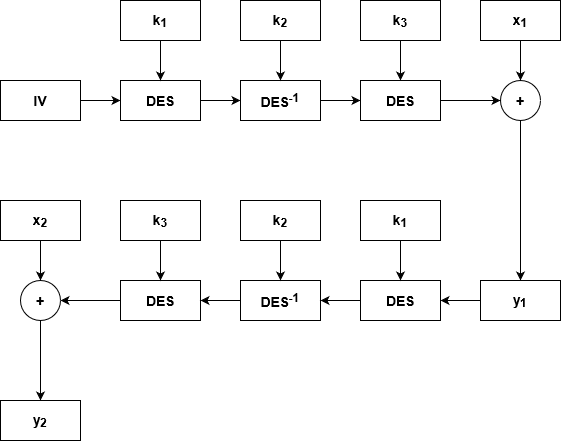
AlbertoSpinella/des-3des-js keeps this draw.io diagram as img/3cfb-e.png. Above is the earlier version. Source tidied: cells renumbered, new cells last; positions are measured from the earlier drawing's top-left corner, leaving out a move shared by most shapes.
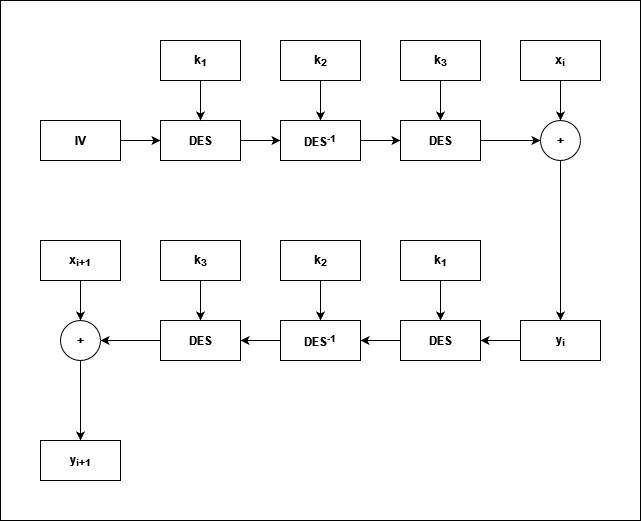
After the change.

Change to the diagram source:
```diff
@@ -1,117 +1,120 @@
-<mxGraphModel background="#ffffff">
+<mxGraphModel>
   <root>
     <mxCell id="0" />
     <mxCell id="1" parent="0" />
-    <mxCell id="2" style="edgeStyle=orthogonalEdgeStyle;rounded=0;jettySize=auto;html=1;entryX=0;entryY=0.5;entryDx=0;entryDy=0;" parent="1" edge="1" source="3" target="5">
-      <mxGeometry relative="1" as="geometry" />
-    </mxCell>
+    <mxCell id="39" style="rounded=0;whiteSpace=wrap;html=1;" parent="1" vertex="1">
+      <mxGeometry x="-40" y="-40" width="640" height="520" as="geometry" />
+    </mxCell>
+    <mxCell id="40" style="edgeStyle=orthogonalEdgeStyle;curved=1;jettySize=auto;html=1;entryX=0;entryY=0.5;entryDx=0;entryDy=0;fontStyle=1;" parent="1" edge="1" source="3" target="42">
+      <mxGeometry relative="1" as="geometry" />
+    </mxCell>
-    <mxCell id="3" value="&lt;font style=&quot;font-size: 14px&quot;&gt;&lt;b&gt;IV&lt;/b&gt;&lt;/font&gt;" style="rounded=0;whiteSpace=wrap;html=1;" parent="1" vertex="1">
+    <mxCell id="3" value="IV" style="rounded=0;whiteSpace=wrap;html=1;fontStyle=1;" parent="1" vertex="1">
       <mxGeometry y="80" width="80" height="40" as="geometry" />
     </mxCell>
-    <mxCell id="4" style="edgeStyle=orthogonalEdgeStyle;rounded=0;jettySize=auto;html=1;entryX=0;entryY=0.5;entryDx=0;entryDy=0;" parent="1" edge="1" source="5" target="7">
-      <mxGeometry relative="1" as="geometry" />
-    </mxCell>
-    <mxCell id="5" value="&lt;font style=&quot;font-size: 14px&quot;&gt;&lt;b&gt;DES&lt;/b&gt;&lt;/font&gt;" style="rounded=0;whiteSpace=wrap;html=1;" parent="1" vertex="1">
-      <mxGeometry x="120" y="80" width="80" height="40" as="geometry" />
-    </mxCell>
-    <mxCell id="6" style="edgeStyle=orthogonalEdgeStyle;rounded=0;jettySize=auto;html=1;entryX=0;entryY=0.5;entryDx=0;entryDy=0;" parent="1" edge="1" source="7" target="26">
-      <mxGeometry relative="1" as="geometry" />
-    </mxCell>
-    <mxCell id="7" value="&lt;font style=&quot;font-size: 14px&quot;&gt;&lt;b&gt;DES&lt;sup&gt;-1&lt;/sup&gt;&lt;/b&gt;&lt;/font&gt;" style="rounded=0;whiteSpace=wrap;html=1;" parent="1" vertex="1">
-      <mxGeometry x="240" y="80" width="80" height="40" as="geometry" />
-    </mxCell>
-    <mxCell id="8" style="edgeStyle=orthogonalEdgeStyle;rounded=0;jettySize=auto;html=1;" parent="1" edge="1" source="9" target="23">
-      <mxGeometry relative="1" as="geometry" />
-    </mxCell>
-    <mxCell id="9" value="&lt;font style=&quot;font-size: 14px&quot;&gt;&lt;b&gt;+&lt;/b&gt;&lt;/font&gt;" style="ellipse;whiteSpace=wrap;html=1;" parent="1" vertex="1">
-      <mxGeometry x="500" y="80" width="40" height="40" as="geometry" />
-    </mxCell>
-    <mxCell id="10" style="edgeStyle=orthogonalEdgeStyle;rounded=0;jettySize=auto;html=1;entryX=0.5;entryY=0;entryDx=0;entryDy=0;" parent="1" edge="1" source="11" target="5">
-      <mxGeometry relative="1" as="geometry" />
-    </mxCell>
-    <mxCell id="11" value="&lt;font style=&quot;font-size: 14px&quot;&gt;&lt;b&gt;k&lt;sub&gt;1&lt;/sub&gt;&lt;/b&gt;&lt;/font&gt;" style="rounded=0;whiteSpace=wrap;html=1;" parent="1" vertex="1">
-      <mxGeometry x="120" width="80" height="40" as="geometry" />
-    </mxCell>
-    <mxCell id="12" style="edgeStyle=orthogonalEdgeStyle;rounded=0;jettySize=auto;html=1;entryX=0.5;entryY=0;entryDx=0;entryDy=0;" parent="1" edge="1" source="13" target="7">
-      <mxGeometry relative="1" as="geometry" />
-    </mxCell>
-    <mxCell id="13" value="&lt;font style=&quot;font-size: 14px&quot;&gt;&lt;b&gt;k&lt;sub&gt;2&lt;/sub&gt;&lt;/b&gt;&lt;/font&gt;" style="rounded=0;whiteSpace=wrap;html=1;" parent="1" vertex="1">
-      <mxGeometry x="240" width="80" height="40" as="geometry" />
-    </mxCell>
-    <mxCell id="14" style="edgeStyle=orthogonalEdgeStyle;rounded=0;jettySize=auto;html=1;entryX=0.5;entryY=0;entryDx=0;entryDy=0;" parent="1" edge="1" source="15" target="26">
-      <mxGeometry relative="1" as="geometry" />
-    </mxCell>
-    <mxCell id="15" value="&lt;font style=&quot;font-size: 14px&quot;&gt;&lt;b&gt;k&lt;sub&gt;3&lt;/sub&gt;&lt;/b&gt;&lt;/font&gt;" style="rounded=0;whiteSpace=wrap;html=1;" parent="1" vertex="1">
-      <mxGeometry x="360" width="80" height="40" as="geometry" />
-    </mxCell>
-    <mxCell id="16" style="edgeStyle=orthogonalEdgeStyle;rounded=0;jettySize=auto;html=1;entryX=0.5;entryY=0;entryDx=0;entryDy=0;" parent="1" edge="1" source="17" target="9">
-      <mxGeometry relative="1" as="geometry" />
-    </mxCell>
-    <mxCell id="17" value="&lt;font style=&quot;font-size: 14px&quot;&gt;&lt;b&gt;x&lt;sub&gt;1&lt;/sub&gt;&lt;/b&gt;&lt;/font&gt;" style="rounded=0;whiteSpace=wrap;html=1;" parent="1" vertex="1">
-      <mxGeometry x="480" width="80" height="40" as="geometry" />
-    </mxCell>
-    <mxCell id="18" style="edgeStyle=orthogonalEdgeStyle;rounded=0;jettySize=auto;html=1;entryX=0.5;entryY=0;entryDx=0;entryDy=0;" parent="1" edge="1" source="19" target="21">
-      <mxGeometry relative="1" as="geometry" />
-    </mxCell>
-    <mxCell id="19" value="&lt;font style=&quot;font-size: 14px&quot;&gt;&lt;b&gt;x&lt;sub&gt;2&lt;/sub&gt;&lt;/b&gt;&lt;/font&gt;" style="rounded=0;whiteSpace=wrap;html=1;" parent="1" vertex="1">
-      <mxGeometry y="200" width="80" height="40" as="geometry" />
-    </mxCell>
-    <mxCell id="20" style="edgeStyle=orthogonalEdgeStyle;rounded=0;jettySize=auto;html=1;entryX=0.5;entryY=0;entryDx=0;entryDy=0;" parent="1" edge="1" source="21" target="24">
-      <mxGeometry relative="1" as="geometry" />
-    </mxCell>
-    <mxCell id="21" value="&lt;font style=&quot;font-size: 14px&quot;&gt;&lt;b&gt;+&lt;/b&gt;&lt;/font&gt;" style="ellipse;whiteSpace=wrap;html=1;" parent="1" vertex="1">
-      <mxGeometry x="20" y="280" width="40" height="40" as="geometry" />
-    </mxCell>
-    <mxCell id="22" style="edgeStyle=orthogonalEdgeStyle;rounded=0;jettySize=auto;html=1;entryX=1;entryY=0.5;entryDx=0;entryDy=0;" parent="1" edge="1" source="23" target="32">
-      <mxGeometry relative="1" as="geometry" />
-    </mxCell>
-    <mxCell id="23" value="&lt;font style=&quot;font-size: 14px&quot;&gt;&lt;b&gt;y&lt;sub&gt;1&lt;/sub&gt;&lt;/b&gt;&lt;/font&gt;" style="rounded=0;whiteSpace=wrap;html=1;" parent="1" vertex="1">
-      <mxGeometry x="480" y="280" width="80" height="40" as="geometry" />
-    </mxCell>
-    <mxCell id="24" value="&lt;font style=&quot;font-size: 14px&quot;&gt;&lt;b&gt;y&lt;sub&gt;2&lt;/sub&gt;&lt;/b&gt;&lt;/font&gt;" style="rounded=0;whiteSpace=wrap;html=1;" parent="1" vertex="1">
-      <mxGeometry y="400" width="80" height="40" as="geometry" />
-    </mxCell>
-    <mxCell id="25" style="edgeStyle=orthogonalEdgeStyle;rounded=0;jettySize=auto;html=1;entryX=0;entryY=0.5;entryDx=0;entryDy=0;" parent="1" edge="1" source="26" target="9">
-      <mxGeometry relative="1" as="geometry" />
-    </mxCell>
-    <mxCell id="26" value="&lt;font style=&quot;font-size: 14px&quot;&gt;&lt;b&gt;DES&lt;/b&gt;&lt;/font&gt;" style="rounded=0;whiteSpace=wrap;html=1;" parent="1" vertex="1">
-      <mxGeometry x="360" y="80" width="80" height="40" as="geometry" />
-    </mxCell>
-    <mxCell id="27" style="edgeStyle=orthogonalEdgeStyle;rounded=0;jettySize=auto;html=1;entryX=1;entryY=0.5;entryDx=0;entryDy=0;" parent="1" edge="1" source="28" target="21">
-      <mxGeometry relative="1" as="geometry" />
-    </mxCell>
-    <mxCell id="28" value="&lt;font style=&quot;font-size: 14px&quot;&gt;&lt;b&gt;DES&lt;/b&gt;&lt;/font&gt;" style="rounded=0;whiteSpace=wrap;html=1;" parent="1" vertex="1">
-      <mxGeometry x="120" y="280" width="80" height="40" as="geometry" />
-    </mxCell>
-    <mxCell id="29" style="edgeStyle=orthogonalEdgeStyle;rounded=0;jettySize=auto;html=1;entryX=1;entryY=0.5;entryDx=0;entryDy=0;" parent="1" edge="1" source="30" target="28">
-      <mxGeometry relative="1" as="geometry" />
-    </mxCell>
-    <mxCell id="30" value="&lt;font style=&quot;font-size: 14px&quot;&gt;&lt;b&gt;DES&lt;sup&gt;-1&lt;/sup&gt;&lt;/b&gt;&lt;/font&gt;" style="rounded=0;whiteSpace=wrap;html=1;" parent="1" vertex="1">
-      <mxGeometry x="240" y="280" width="80" height="40" as="geometry" />
-    </mxCell>
-    <mxCell id="31" style="edgeStyle=orthogonalEdgeStyle;rounded=0;jettySize=auto;html=1;entryX=1;entryY=0.5;entryDx=0;entryDy=0;" parent="1" edge="1" source="32" target="30">
-      <mxGeometry relative="1" as="geometry" />
-    </mxCell>
-    <mxCell id="32" value="&lt;font style=&quot;font-size: 14px&quot;&gt;&lt;b&gt;DES&lt;/b&gt;&lt;/font&gt;" style="rounded=0;whiteSpace=wrap;html=1;" parent="1" vertex="1">
-      <mxGeometry x="360" y="280" width="80" height="40" as="geometry" />
-    </mxCell>
-    <mxCell id="33" style="edgeStyle=orthogonalEdgeStyle;rounded=0;jettySize=auto;html=1;entryX=0.5;entryY=0;entryDx=0;entryDy=0;" parent="1" edge="1" source="34" target="28">
-      <mxGeometry relative="1" as="geometry" />
-    </mxCell>
-    <mxCell id="34" value="&lt;font style=&quot;font-size: 14px&quot;&gt;&lt;b&gt;k&lt;sub&gt;3&lt;/sub&gt;&lt;/b&gt;&lt;/font&gt;" style="rounded=0;whiteSpace=wrap;html=1;" parent="1" vertex="1">
-      <mxGeometry x="120" y="200" width="80" height="40" as="geometry" />
-    </mxCell>
-    <mxCell id="35" style="edgeStyle=orthogonalEdgeStyle;rounded=0;jettySize=auto;html=1;entryX=0.5;entryY=0;entryDx=0;entryDy=0;" parent="1" edge="1" source="36" target="30">
-      <mxGeometry relative="1" as="geometry" />
-    </mxCell>
-    <mxCell id="36" value="&lt;font style=&quot;font-size: 14px&quot;&gt;&lt;b&gt;k&lt;sub&gt;2&lt;/sub&gt;&lt;/b&gt;&lt;/font&gt;" style="rounded=0;whiteSpace=wrap;html=1;" parent="1" vertex="1">
-      <mxGeometry x="240" y="200" width="80" height="40" as="geometry" />
-    </mxCell>
-    <mxCell id="37" style="edgeStyle=orthogonalEdgeStyle;rounded=0;jettySize=auto;html=1;entryX=0.5;entryY=0;entryDx=0;entryDy=0;" parent="1" edge="1" source="38" target="32">
-      <mxGeometry relative="1" as="geometry" />
-    </mxCell>
-    <mxCell id="38" value="&lt;font style=&quot;font-size: 14px&quot;&gt;&lt;b&gt;k&lt;sub&gt;1&lt;/sub&gt;&lt;/b&gt;&lt;/font&gt;" style="rounded=0;whiteSpace=wrap;html=1;" parent="1" vertex="1">
-      <mxGeometry x="360" y="200" width="80" height="40" as="geometry" />
-    </mxCell>
+    <mxCell id="41" style="edgeStyle=orthogonalEdgeStyle;rounded=0;jettySize=auto;html=1;entryX=0;entryY=0.5;entryDx=0;entryDy=0;fontStyle=1;" parent="1" edge="1" source="42" target="46">
+      <mxGeometry relative="1" as="geometry" />
+    </mxCell>
+    <mxCell id="42" value="DES" style="rounded=0;whiteSpace=wrap;html=1;fontStyle=1;" parent="1" vertex="1">
+      <mxGeometry x="120" y="80" width="80" height="40" as="geometry" />
+    </mxCell>
+    <mxCell id="43" style="edgeStyle=orthogonalEdgeStyle;jettySize=auto;html=1;entryX=0.5;entryY=0;entryDx=0;entryDy=0;rounded=0;fontStyle=1;" parent="1" edge="1" source="44" target="42">
+      <mxGeometry relative="1" as="geometry" />
+    </mxCell>
+    <mxCell id="44" value="k&lt;sub&gt;1&lt;/sub&gt;" style="rounded=0;whiteSpace=wrap;html=1;fontStyle=1;" parent="1" vertex="1">
+      <mxGeometry x="120" width="80" height="40" as="geometry" />
+    </mxCell>
+    <mxCell id="45" style="edgeStyle=orthogonalEdgeStyle;rounded=0;jettySize=auto;html=1;entryX=0;entryY=0.5;entryDx=0;entryDy=0;fontStyle=1;" parent="1" edge="1" source="46" target="50">
+      <mxGeometry relative="1" as="geometry" />
+    </mxCell>
+    <mxCell id="46" value="DES&lt;sup&gt;-1&lt;/sup&gt;" style="rounded=0;whiteSpace=wrap;html=1;fontStyle=1;" parent="1" vertex="1">
+      <mxGeometry x="240" y="80" width="80" height="40" as="geometry" />
+    </mxCell>
+    <mxCell id="47" style="edgeStyle=orthogonalEdgeStyle;rounded=0;jettySize=auto;html=1;entryX=0.5;entryY=0;entryDx=0;entryDy=0;fontStyle=1;" parent="1" edge="1" source="48" target="46">
+      <mxGeometry relative="1" as="geometry" />
+    </mxCell>
+    <mxCell id="48" value="k&lt;sub&gt;2&lt;/sub&gt;" style="rounded=0;whiteSpace=wrap;html=1;fontStyle=1;" parent="1" vertex="1">
+      <mxGeometry x="240" width="80" height="40" as="geometry" />
+    </mxCell>
+    <mxCell id="49" style="edgeStyle=orthogonalEdgeStyle;rounded=0;jettySize=auto;html=1;entryX=0;entryY=0.5;entryDx=0;entryDy=0;fontStyle=1;" parent="1" edge="1" source="50" target="56">
+      <mxGeometry relative="1" as="geometry" />
+    </mxCell>
+    <mxCell id="50" value="DES" style="rounded=0;whiteSpace=wrap;html=1;fontStyle=1;" parent="1" vertex="1">
+      <mxGeometry x="360" y="80" width="80" height="40" as="geometry" />
+    </mxCell>
+    <mxCell id="51" style="edgeStyle=orthogonalEdgeStyle;rounded=0;jettySize=auto;html=1;entryX=0.5;entryY=0;entryDx=0;entryDy=0;fontStyle=1;" parent="1" edge="1" source="52" target="50">
+      <mxGeometry relative="1" as="geometry" />
+    </mxCell>
+    <mxCell id="52" value="k&lt;sub&gt;3&lt;/sub&gt;" style="rounded=0;whiteSpace=wrap;html=1;fontStyle=1;" parent="1" vertex="1">
+      <mxGeometry x="360" width="80" height="40" as="geometry" />
+    </mxCell>
+    <mxCell id="53" style="edgeStyle=orthogonalEdgeStyle;rounded=0;jettySize=auto;html=1;entryX=0.5;entryY=0;entryDx=0;entryDy=0;fontStyle=1;" parent="1" edge="1" source="54" target="56">
+      <mxGeometry relative="1" as="geometry" />
+    </mxCell>
+    <mxCell id="54" value="x&lt;sub&gt;i&lt;/sub&gt;" style="rounded=0;whiteSpace=wrap;html=1;fontStyle=1;" parent="1" vertex="1">
+      <mxGeometry x="480" width="80" height="40" as="geometry" />
+    </mxCell>
+    <mxCell id="55" style="edgeStyle=orthogonalEdgeStyle;rounded=0;jettySize=auto;html=1;fontStyle=1;" parent="1" edge="1" source="56" target="72">
+      <mxGeometry relative="1" as="geometry" />
+    </mxCell>
+    <mxCell id="56" value="+" style="ellipse;whiteSpace=wrap;html=1;fontStyle=1;" parent="1" vertex="1">
+      <mxGeometry x="500" y="80" width="40" height="40" as="geometry" />
+    </mxCell>
+    <mxCell id="57" style="edgeStyle=orthogonalEdgeStyle;rounded=0;jettySize=auto;html=1;entryX=0.5;entryY=0;entryDx=0;entryDy=0;fontStyle=1;" parent="1" edge="1" source="58" target="74">
+      <mxGeometry relative="1" as="geometry" />
+    </mxCell>
+    <mxCell id="58" value="x&lt;sub&gt;i+1&lt;/sub&gt;" style="rounded=0;whiteSpace=wrap;html=1;fontStyle=1;" parent="1" vertex="1">
+      <mxGeometry y="200" width="80" height="40" as="geometry" />
+    </mxCell>
+    <mxCell id="59" style="edgeStyle=orthogonalEdgeStyle;rounded=0;jettySize=auto;html=1;entryX=1;entryY=0.5;entryDx=0;entryDy=0;fontStyle=1;" parent="1" edge="1" source="60" target="74">
+      <mxGeometry relative="1" as="geometry" />
+    </mxCell>
+    <mxCell id="60" value="DES" style="rounded=0;whiteSpace=wrap;html=1;fontStyle=1;" parent="1" vertex="1">
+      <mxGeometry x="120" y="280" width="80" height="40" as="geometry" />
+    </mxCell>
+    <mxCell id="61" style="edgeStyle=orthogonalEdgeStyle;rounded=0;jettySize=auto;html=1;entryX=0.5;entryY=0;entryDx=0;entryDy=0;fontStyle=1;" parent="1" edge="1" source="62" target="60">
+      <mxGeometry relative="1" as="geometry" />
+    </mxCell>
+    <mxCell id="62" value="k&lt;sub&gt;3&lt;/sub&gt;" style="rounded=0;whiteSpace=wrap;html=1;fontStyle=1;" parent="1" vertex="1">
+      <mxGeometry x="120" y="200" width="80" height="40" as="geometry" />
+    </mxCell>
+    <mxCell id="63" style="edgeStyle=orthogonalEdgeStyle;rounded=0;jettySize=auto;html=1;entryX=1;entryY=0.5;entryDx=0;entryDy=0;fontStyle=1;" parent="1" edge="1" source="64" target="60">
+      <mxGeometry relative="1" as="geometry" />
+    </mxCell>
+    <mxCell id="64" value="DES&lt;sup&gt;-1&lt;/sup&gt;" style="rounded=0;whiteSpace=wrap;html=1;fontStyle=1;" parent="1" vertex="1">
+      <mxGeometry x="240" y="280" width="80" height="40" as="geometry" />
+    </mxCell>
+    <mxCell id="65" style="edgeStyle=orthogonalEdgeStyle;rounded=0;jettySize=auto;html=1;entryX=0.5;entryY=0;entryDx=0;entryDy=0;fontStyle=1;" parent="1" edge="1" source="66" target="64">
+      <mxGeometry relative="1" as="geometry" />
+    </mxCell>
+    <mxCell id="66" value="k&lt;sub&gt;2&lt;/sub&gt;" style="rounded=0;whiteSpace=wrap;html=1;fontStyle=1;" parent="1" vertex="1">
+      <mxGeometry x="240" y="200" width="80" height="40" as="geometry" />
+    </mxCell>
+    <mxCell id="67" style="edgeStyle=orthogonalEdgeStyle;rounded=0;jettySize=auto;html=1;entryX=1;entryY=0.5;entryDx=0;entryDy=0;fontStyle=1;" parent="1" edge="1" source="68" target="64">
+      <mxGeometry relative="1" as="geometry" />
+    </mxCell>
+    <mxCell id="68" value="DES" style="rounded=0;whiteSpace=wrap;html=1;fontStyle=1;" parent="1" vertex="1">
+      <mxGeometry x="360" y="280" width="80" height="40" as="geometry" />
+    </mxCell>
+    <mxCell id="69" style="edgeStyle=orthogonalEdgeStyle;rounded=0;jettySize=auto;html=1;entryX=0.5;entryY=0;entryDx=0;entryDy=0;fontStyle=1;" parent="1" edge="1" source="70" target="68">
+      <mxGeometry relative="1" as="geometry" />
+    </mxCell>
+    <mxCell id="70" value="k&lt;sub&gt;1&lt;/sub&gt;" style="rounded=0;whiteSpace=wrap;html=1;fontStyle=1;" parent="1" vertex="1">
+      <mxGeometry x="360" y="200" width="80" height="40" as="geometry" />
+    </mxCell>
+    <mxCell id="71" style="edgeStyle=orthogonalEdgeStyle;rounded=0;jettySize=auto;html=1;entryX=1;entryY=0.5;entryDx=0;entryDy=0;fontStyle=1;" parent="1" edge="1" source="72" target="68">
+      <mxGeometry relative="1" as="geometry" />
+    </mxCell>
+    <mxCell id="72" value="y&lt;sub&gt;i&lt;/sub&gt;" style="rounded=0;whiteSpace=wrap;html=1;fontStyle=1;" parent="1" vertex="1">
+      <mxGeometry x="480" y="280" width="80" height="40" as="geometry" />
+    </mxCell>
+    <mxCell id="73" style="edgeStyle=orthogonalEdgeStyle;rounded=0;jettySize=auto;html=1;entryX=0.5;entryY=0;entryDx=0;entryDy=0;fontStyle=1;" parent="1" edge="1" source="74" target="75">
+      <mxGeometry relative="1" as="geometry" />
+    </mxCell>
+    <mxCell id="74" value="+" style="ellipse;whiteSpace=wrap;html=1;fontStyle=1;" parent="1" vertex="1">
+      <mxGeometry x="20" y="280" width="40" height="40" as="geometry" />
+    </mxCell>
+    <mxCell id="75" value="y&lt;sub&gt;i+1&lt;/sub&gt;" style="rounded=0;whiteSpace=wrap;html=1;fontStyle=1;" parent="1" vertex="1">
+      <mxGeometry y="400" width="80" height="40" as="geometry" />
+    </mxCell>
   </root>
 </mxGraphModel>
```
